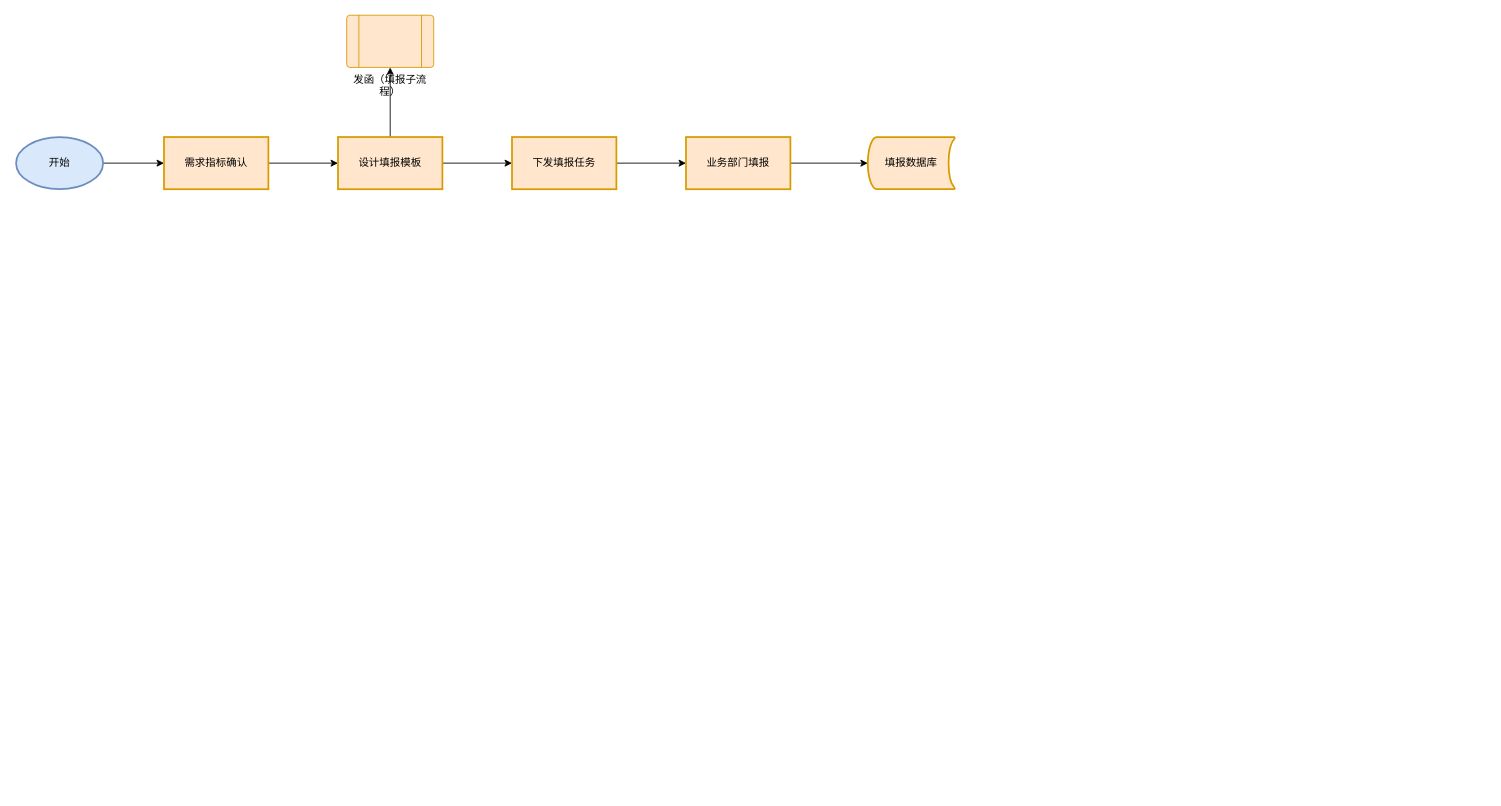
Above: uml/未命名绘图.drawio in CIKE-peaked/mylib (draw.io), before the change. Source tidied: cells renumbered, new cells numbered last; positions are measured from the earlier drawing's top-left corner, leaving out a move shared by most shapes. Both pictures are drawn from the tidied source at 87%, with x=0, y=0 at pixel (16, 15).
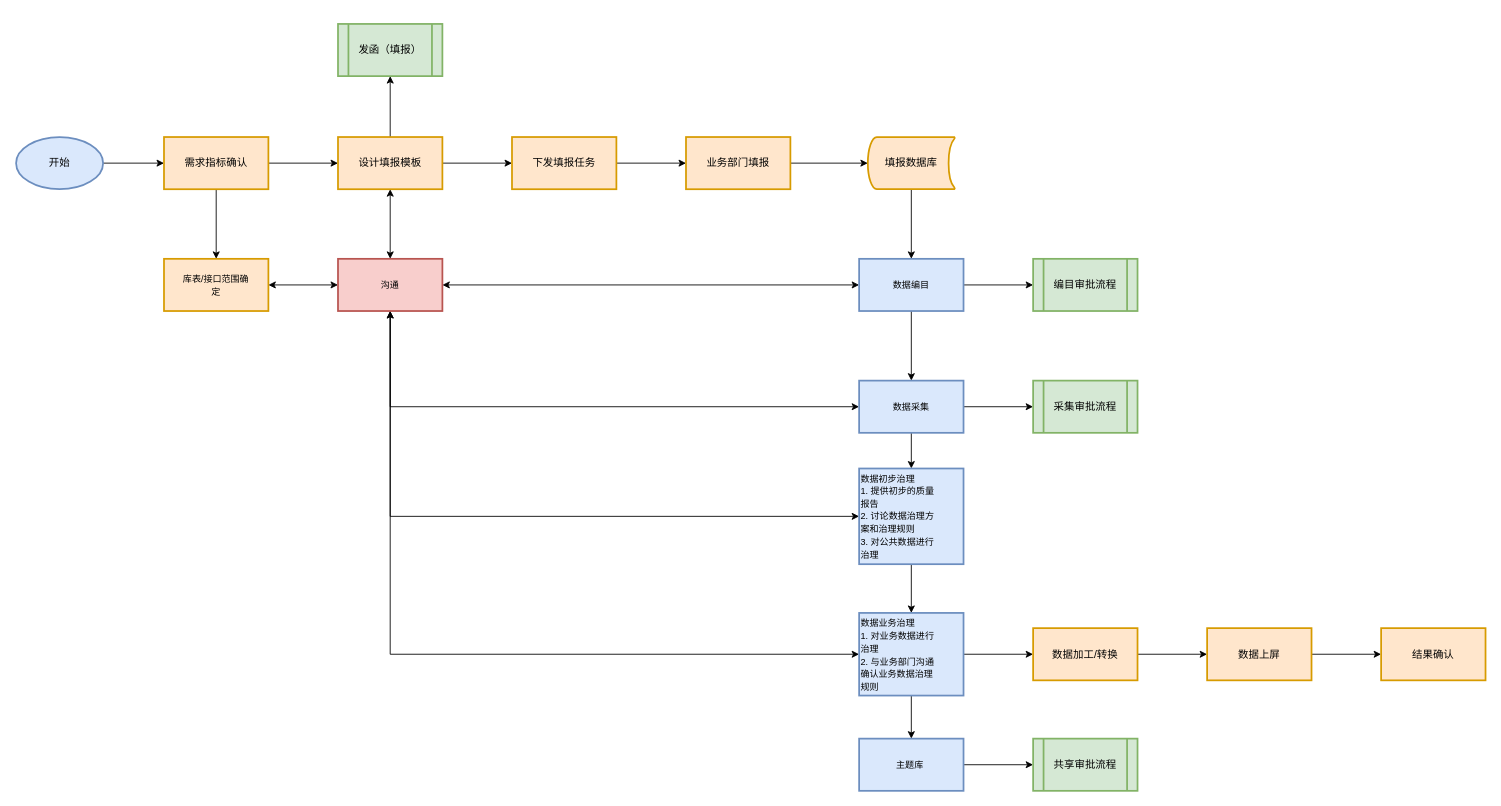
The same diagram, later.

Commit message (it also covers changes not shown here):
更新未命名绘图.drawio

The change refers to these unchanged cells:
```xml
<mxCell id="5" value="需求指标确认" style="whiteSpace=wrap;html=1;fillColor=#ffe6cc;strokeColor=#d79b00;strokeWidth=2;" parent="1" vertex="1">
  <mxGeometry x="170" y="140" width="120" height="60" as="geometry" />
</mxCell>
<mxCell id="8" value="设计填报模板" style="whiteSpace=wrap;html=1;fillColor=#ffe6cc;strokeColor=#d79b00;strokeWidth=2;" parent="1" vertex="1">
  <mxGeometry x="370" y="140" width="120" height="60" as="geometry" />
</mxCell>
<mxCell id="14" value="填报数据库" style="strokeWidth=2;html=1;shape=mxgraph.flowchart.stored_data;whiteSpace=wrap;fillColor=#ffe6cc;strokeColor=#d79b00;" parent="1" vertex="1">
  <mxGeometry x="979" y="140" width="100" height="60" as="geometry" />
</mxCell>
```

Change to the diagram source:
```diff
@@
+    <mxCell id="15" style="edgeStyle=orthogonalEdgeStyle;rounded=0;jettySize=auto;html=1;" parent="1" edge="1" source="5" target="20">
+      <mxGeometry relative="1" as="geometry" />
+    </mxCell>
@@
-    <mxCell id="7" style="edgeStyle=orthogonalEdgeStyle;rounded=0;jettySize=auto;html=1;" parent="1" edge="1" source="8" target="13">
-      <mxGeometry relative="1" as="geometry" />
-    </mxCell>
+    <mxCell id="16" style="edgeStyle=orthogonalEdgeStyle;rounded=0;jettySize=auto;html=1;exitX=0.5;exitY=1;exitDx=0;exitDy=0;startArrow=classic;startFill=1;" parent="1" edge="1" source="8" target="25">
+      <mxGeometry relative="1" as="geometry" />
+    </mxCell>
+    <mxCell id="17" style="edgeStyle=orthogonalEdgeStyle;rounded=0;jettySize=auto;html=1;" parent="1" edge="1" source="8" target="40">
+      <mxGeometry relative="1" as="geometry" />
+    </mxCell>
@@
-    <mxCell id="13" value="发函（填报子流程）" style="verticalLabelPosition=bottom;verticalAlign=top;html=1;shape=process;whiteSpace=wrap;rounded=1;size=0.14;arcSize=6;fillColor=#ffe6cc;strokeColor=#d79b00;direction=west;" parent="1" vertex="1">
-      <mxGeometry x="380" width="100" height="60" as="geometry" />
-    </mxCell>
+    <mxCell id="18" style="edgeStyle=orthogonalEdgeStyle;rounded=0;jettySize=auto;html=1;" parent="1" edge="1" source="14" target="28">
+      <mxGeometry relative="1" as="geometry" />
+    </mxCell>
@@
+    <mxCell id="19" style="edgeStyle=orthogonalEdgeStyle;rounded=0;jettySize=auto;html=1;startArrow=classic;startFill=1;" parent="1" edge="1" source="20" target="25">
+      <mxGeometry relative="1" as="geometry" />
+    </mxCell>
+    <mxCell id="20" value="&lt;div&gt;&lt;span style=&quot;font-size: 7.8pt; font-family: 榛戜綋;&quot;&gt;库表&lt;/span&gt;&lt;span style=&quot;font-size: 7.8pt; font-family: Calibri;&quot;&gt;/&lt;/span&gt;&lt;span style=&quot;font-size: 7.8pt; font-family: 榛戜綋;&quot;&gt;接口范围确&lt;br&gt;&lt;/span&gt;&lt;/div&gt;&lt;div&gt;&lt;span style=&quot;font-size: 7.8pt; font-family: 榛戜綋;&quot;&gt;定&lt;/span&gt;&lt;/div&gt;" style="whiteSpace=wrap;html=1;fillColor=#ffe6cc;strokeColor=#d79b00;strokeWidth=2;" parent="1" vertex="1">
+      <mxGeometry x="170" y="280" width="120" height="60" as="geometry" />
+    </mxCell>
+    <mxCell id="21" style="edgeStyle=orthogonalEdgeStyle;rounded=0;jettySize=auto;html=1;startArrow=classic;startFill=1;" parent="1" edge="1" source="25" target="28">
+      <mxGeometry relative="1" as="geometry" />
+    </mxCell>
+    <mxCell id="22" style="edgeStyle=orthogonalEdgeStyle;rounded=0;jettySize=auto;html=1;exitX=0.5;exitY=1;exitDx=0;exitDy=0;entryX=0;entryY=0.5;entryDx=0;entryDy=0;startArrow=classic;startFill=1;" parent="1" edge="1" source="25" target="31">
+      <mxGeometry relative="1" as="geometry" />
+    </mxCell>
+    <mxCell id="23" style="edgeStyle=orthogonalEdgeStyle;rounded=0;jettySize=auto;html=1;exitX=0.5;exitY=1;exitDx=0;exitDy=0;entryX=0;entryY=0.5;entryDx=0;entryDy=0;" parent="1" edge="1" source="25" target="33">
+      <mxGeometry relative="1" as="geometry" />
+    </mxCell>
+    <mxCell id="24" style="edgeStyle=orthogonalEdgeStyle;rounded=0;jettySize=auto;html=1;exitX=0.5;exitY=1;exitDx=0;exitDy=0;entryX=0;entryY=0.5;entryDx=0;entryDy=0;startArrow=classic;startFill=1;" parent="1" edge="1" source="25" target="36">
+      <mxGeometry relative="1" as="geometry" />
+    </mxCell>
+    <mxCell id="25" value="&lt;div&gt;&lt;font face=&quot;榛戜綋&quot;&gt;&lt;span style=&quot;font-size: 10.4px;&quot;&gt;沟通&lt;/span&gt;&lt;/font&gt;&lt;/div&gt;" style="whiteSpace=wrap;html=1;fillColor=#f8cecc;strokeColor=#b85450;strokeWidth=2;" parent="1" vertex="1">
+      <mxGeometry x="370" y="280" width="120" height="60" as="geometry" />
+    </mxCell>
+    <mxCell id="26" style="edgeStyle=orthogonalEdgeStyle;rounded=0;jettySize=auto;html=1;" parent="1" edge="1" source="28" target="31">
+      <mxGeometry relative="1" as="geometry" />
+    </mxCell>
+    <mxCell id="27" style="edgeStyle=orthogonalEdgeStyle;rounded=0;jettySize=auto;html=1;" parent="1" edge="1" source="28" target="39">
+      <mxGeometry relative="1" as="geometry" />
+    </mxCell>
+    <mxCell id="28" value="&lt;div&gt;&lt;font face=&quot;榛戜綋&quot;&gt;&lt;span style=&quot;font-size: 10.4px;&quot;&gt;数据编目&lt;/span&gt;&lt;/font&gt;&lt;/div&gt;" style="whiteSpace=wrap;html=1;fillColor=#dae8fc;strokeColor=#6c8ebf;strokeWidth=2;" parent="1" vertex="1">
+      <mxGeometry x="969" y="280" width="120" height="60" as="geometry" />
+    </mxCell>
+    <mxCell id="29" style="edgeStyle=orthogonalEdgeStyle;rounded=0;jettySize=auto;html=1;" parent="1" edge="1" source="31" target="33">
+      <mxGeometry relative="1" as="geometry" />
+    </mxCell>
+    <mxCell id="30" style="edgeStyle=orthogonalEdgeStyle;rounded=0;jettySize=auto;html=1;" parent="1" edge="1" source="31" target="41">
+      <mxGeometry relative="1" as="geometry" />
+    </mxCell>
+    <mxCell id="31" value="&lt;div&gt;&lt;font face=&quot;榛戜綋&quot;&gt;&lt;span style=&quot;font-size: 10.4px;&quot;&gt;数据采集&lt;/span&gt;&lt;/font&gt;&lt;/div&gt;" style="whiteSpace=wrap;html=1;fillColor=#dae8fc;strokeColor=#6c8ebf;strokeWidth=2;" parent="1" vertex="1">
+      <mxGeometry x="969" y="420" width="120" height="60" as="geometry" />
+    </mxCell>
+    <mxCell id="32" style="edgeStyle=orthogonalEdgeStyle;rounded=0;jettySize=auto;html=1;" parent="1" edge="1" source="33" target="36">
+      <mxGeometry relative="1" as="geometry" />
+    </mxCell>
+    <mxCell id="33" value="&lt;div&gt;&lt;span style=&quot;font-size: 7.8pt; font-family: 榛戜綋;&quot;&gt;数据初步治理&lt;br&gt;&lt;/span&gt;&lt;/div&gt;&lt;div&gt;&lt;span style=&quot;font-size: 7.825pt; font-family: Calibri;&quot;&gt;1. &lt;/span&gt;&lt;span style=&quot;font-size: 7.825pt; font-family: 榛戜綋;&quot;&gt;提供初步的质量&lt;br&gt;&lt;/span&gt;&lt;/div&gt;&lt;div&gt;&lt;span style=&quot;font-size: 7.8pt; font-family: 榛戜綋;&quot;&gt;报告&lt;br&gt;&lt;/span&gt;&lt;/div&gt;&lt;div&gt;&lt;span style=&quot;font-size: 7.825pt; font-family: Calibri;&quot;&gt;2. &lt;/span&gt;&lt;span style=&quot;font-size: 7.825pt; font-family: 榛戜綋;&quot;&gt;讨论数据治理方&lt;br&gt;&lt;/span&gt;&lt;/div&gt;&lt;div&gt;&lt;span style=&quot;font-size: 7.8pt; font-family: 榛戜綋;&quot;&gt;案和治理规则&lt;br&gt;&lt;/span&gt;&lt;/div&gt;&lt;div&gt;&lt;span style=&quot;font-size: 7.8pt; font-family: Calibri;&quot;&gt;3. &lt;/span&gt;&lt;span style=&quot;font-size: 7.8pt; font-family: 榛戜綋;&quot;&gt;对公共数据进行&lt;br&gt;&lt;/span&gt;&lt;/div&gt;&lt;div&gt;&lt;span style=&quot;font-size: 7.8pt; font-family: 榛戜綋;&quot;&gt;治理&amp;nbsp;&lt;/span&gt;&lt;/div&gt;" style="whiteSpace=wrap;html=1;fillColor=#dae8fc;strokeColor=#6c8ebf;strokeWidth=2;align=left;" parent="1" vertex="1">
+      <mxGeometry x="969" y="521" width="120" height="110" as="geometry" />
+    </mxCell>
+    <mxCell id="34" style="edgeStyle=orthogonalEdgeStyle;rounded=0;jettySize=auto;html=1;" parent="1" edge="1" source="36" target="38">
+      <mxGeometry relative="1" as="geometry" />
+    </mxCell>
+    <mxCell id="35" style="edgeStyle=orthogonalEdgeStyle;rounded=0;jettySize=auto;html=1;" parent="1" edge="1" source="36" target="44">
+      <mxGeometry relative="1" as="geometry" />
+    </mxCell>
+    <mxCell id="36" value="&lt;div&gt;&lt;span style=&quot;font-size: 7.8pt; font-family: 榛戜綋;&quot;&gt;数据业务治理&lt;br&gt;&lt;/span&gt;&lt;/div&gt;&lt;div&gt;&lt;span style=&quot;font-size: 7.825pt; font-family: Calibri;&quot;&gt;1. &lt;/span&gt;&lt;span style=&quot;font-size: 7.825pt; font-family: 榛戜綋;&quot;&gt;对业务数据进行&lt;br&gt;&lt;/span&gt;&lt;/div&gt;&lt;div&gt;&lt;span style=&quot;font-size: 7.8pt; font-family: 榛戜綋;&quot;&gt;治理&lt;br&gt;&lt;/span&gt;&lt;/div&gt;&lt;div&gt;&lt;span style=&quot;font-size: 7.825pt; font-family: Calibri;&quot;&gt;2. &lt;/span&gt;&lt;span style=&quot;font-size: 7.825pt; font-family: 榛戜綋;&quot;&gt;与业务部门沟通&lt;br&gt;&lt;/span&gt;&lt;/div&gt;&lt;div&gt;&lt;span style=&quot;font-size: 7.8pt; font-family: 榛戜綋;&quot;&gt;确认业务数据治理&lt;br&gt;&lt;/span&gt;&lt;/div&gt;&lt;div&gt;&lt;span style=&quot;font-size: 7.8pt; font-family: 榛戜綋;&quot;&gt;规则&lt;/span&gt;&lt;/div&gt;" style="whiteSpace=wrap;html=1;fillColor=#dae8fc;strokeColor=#6c8ebf;strokeWidth=2;align=left;" parent="1" vertex="1">
+      <mxGeometry x="969" y="687" width="120" height="95" as="geometry" />
+    </mxCell>
+    <mxCell id="37" style="edgeStyle=orthogonalEdgeStyle;rounded=0;jettySize=auto;html=1;" parent="1" edge="1" source="38" target="42">
+      <mxGeometry relative="1" as="geometry" />
+    </mxCell>
+    <mxCell id="38" value="&lt;div&gt;&lt;span style=&quot;font-size: 7.825pt; font-family: 榛戜綋;&quot;&gt;主题库&amp;nbsp;&lt;/span&gt;&lt;/div&gt;" style="whiteSpace=wrap;html=1;fillColor=#dae8fc;strokeColor=#6c8ebf;strokeWidth=2;" parent="1" vertex="1">
+      <mxGeometry x="969" y="831.5" width="120" height="60" as="geometry" />
+    </mxCell>
+    <mxCell id="39" value="编目审批流程" style="shape=process;whiteSpace=wrap;html=1;backgroundOutline=1;fillColor=#d5e8d4;strokeColor=#82b366;strokeWidth=2;" parent="1" vertex="1">
+      <mxGeometry x="1169" y="280" width="120" height="60" as="geometry" />
+    </mxCell>
+    <mxCell id="40" value="发函（填报）" style="shape=process;whiteSpace=wrap;html=1;backgroundOutline=1;fillColor=#d5e8d4;strokeColor=#82b366;strokeWidth=2;" parent="1" vertex="1">
+      <mxGeometry x="370" y="10" width="120" height="60" as="geometry" />
+    </mxCell>
+    <mxCell id="41" value="采集审批流程" style="shape=process;whiteSpace=wrap;html=1;backgroundOutline=1;fillColor=#d5e8d4;strokeColor=#82b366;strokeWidth=2;" parent="1" vertex="1">
+      <mxGeometry x="1169" y="420" width="120" height="60" as="geometry" />
+    </mxCell>
+    <mxCell id="42" value="共享审批流程" style="shape=process;whiteSpace=wrap;html=1;backgroundOutline=1;fillColor=#d5e8d4;strokeColor=#82b366;strokeWidth=2;" parent="1" vertex="1">
+      <mxGeometry x="1169" y="831.5" width="120" height="60" as="geometry" />
+    </mxCell>
+    <mxCell id="43" style="edgeStyle=orthogonalEdgeStyle;rounded=0;jettySize=auto;html=1;" parent="1" edge="1" source="44" target="46">
+      <mxGeometry relative="1" as="geometry" />
+    </mxCell>
+    <mxCell id="44" value="数据加工/转换" style="whiteSpace=wrap;html=1;fillColor=#ffe6cc;strokeColor=#d79b00;strokeWidth=2;" parent="1" vertex="1">
+      <mxGeometry x="1169" y="704.5" width="120" height="60" as="geometry" />
+    </mxCell>
+    <mxCell id="45" style="edgeStyle=orthogonalEdgeStyle;rounded=0;jettySize=auto;html=1;" parent="1" edge="1" source="46" target="47">
+      <mxGeometry relative="1" as="geometry" />
+    </mxCell>
+    <mxCell id="46" value="数据上屏" style="whiteSpace=wrap;html=1;fillColor=#ffe6cc;strokeColor=#d79b00;strokeWidth=2;" parent="1" vertex="1">
+      <mxGeometry x="1369" y="704.5" width="120" height="60" as="geometry" />
+    </mxCell>
+    <mxCell id="47" value="&lt;div&gt;&lt;span style=&quot;background-color: initial;&quot;&gt;结果确认&lt;/span&gt;&lt;br&gt;&lt;/div&gt;" style="whiteSpace=wrap;html=1;fillColor=#ffe6cc;strokeColor=#d79b00;strokeWidth=2;" parent="1" vertex="1">
+      <mxGeometry x="1569" y="704.5" width="120" height="60" as="geometry" />
+    </mxCell>
```
